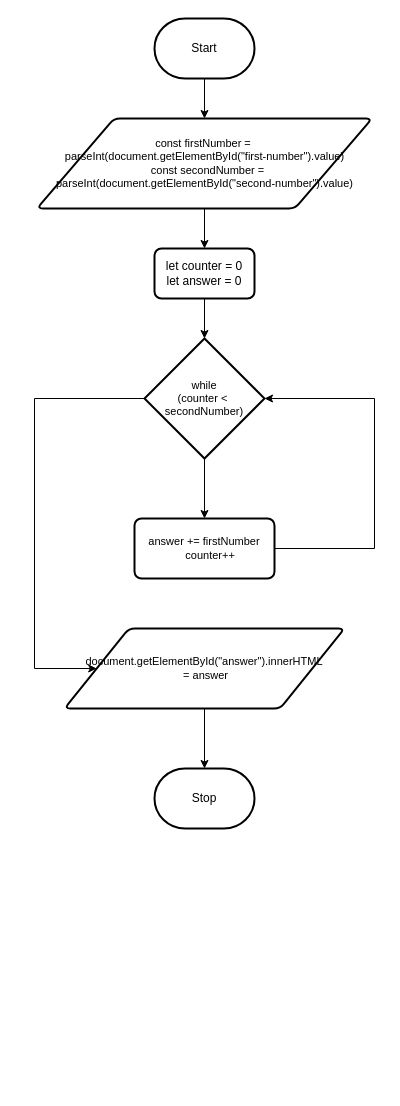
Before: design/flowchart.drawio in MTHS-ICD2O-1-2023/ICD2O-Unit-5-06-Julianne-Leblanc-Peltier, a draw.io diagram. Source tidied: cells renumbered, new cells numbered last; positions are measured from the earlier drawing's top-left corner, leaving out a move shared by most shapes. Both pictures are drawn from the tidied source at 100%, with x=0, y=0 at pixel (34, 18).
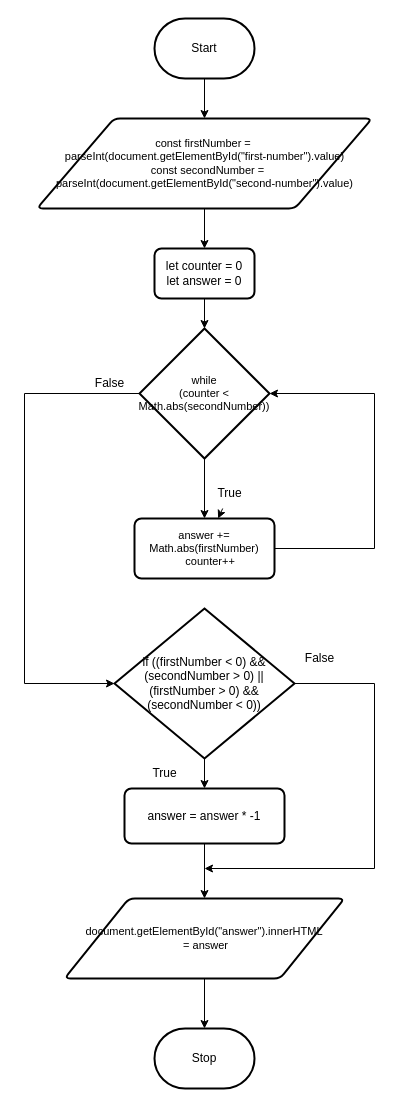
The same page after the edit.

Diff of the diagram source:
```diff
@@
     <mxCell id="4" value="Stop" style="strokeWidth=2;html=1;shape=mxgraph.flowchart.terminator;whiteSpace=wrap;" parent="1" vertex="1">
-      <mxGeometry x="120" y="750" width="100" height="60" as="geometry" />
+      <mxGeometry x="120" y="1010" width="100" height="60" as="geometry" />
     </mxCell>
@@
-    <mxCell id="10" style="edgeStyle=none;rounded=0;html=1;exitX=0;exitY=0.5;exitDx=0;exitDy=0;exitPerimeter=0;entryX=0;entryY=0.5;entryDx=0;entryDy=0;fontSize=11;" parent="1" edge="1" source="11" target="15">
-      <mxGeometry relative="1" as="geometry">
-        <Array as="points">
-          <mxPoint y="380" />
-          <mxPoint y="650" />
-        </Array>
-      </mxGeometry>
-    </mxCell>
+    <mxCell id="16" style="edgeStyle=none;html=1;exitX=0;exitY=0.5;exitDx=0;exitDy=0;exitPerimeter=0;entryX=0;entryY=0.5;entryDx=0;entryDy=0;entryPerimeter=0;rounded=0;" parent="1" edge="1" source="11" target="19">
+      <mxGeometry relative="1" as="geometry">
+        <Array as="points">
+          <mxPoint x="-10" y="375" />
+          <mxPoint x="-10" y="665" />
+        </Array>
+      </mxGeometry>
+    </mxCell>
-    <mxCell id="11" value="while&lt;br&gt;(counter &amp;lt;&amp;nbsp;&lt;br&gt;secondNumber)" style="strokeWidth=2;html=1;shape=mxgraph.flowchart.decision;whiteSpace=wrap;fontSize=11;" parent="1" vertex="1">
-      <mxGeometry x="110" y="320" width="120" height="120" as="geometry" />
+    <mxCell id="11" value="while&lt;br&gt;(counter &amp;lt; Math.abs(secondNumber))" style="strokeWidth=2;html=1;shape=mxgraph.flowchart.decision;whiteSpace=wrap;fontSize=11;" parent="1" vertex="1">
+      <mxGeometry x="105" y="310" width="130" height="130" as="geometry" />
     </mxCell>
     <mxCell id="12" style="edgeStyle=none;html=1;exitX=1;exitY=0.5;exitDx=0;exitDy=0;entryX=1;entryY=0.5;entryDx=0;entryDy=0;entryPerimeter=0;fontSize=11;rounded=0;" parent="1" edge="1" source="13" target="11">
       <mxGeometry relative="1" as="geometry">
         <Array as="points">
           <mxPoint x="340" y="530" />
-          <mxPoint x="340" y="380" />
+          <mxPoint x="340" y="375" />
         </Array>
       </mxGeometry>
     </mxCell>
-    <mxCell id="13" value="&lt;div&gt;answer += firstNumber&lt;/div&gt;&lt;div&gt;&amp;nbsp; &amp;nbsp; counter++&lt;/div&gt;" style="rounded=1;whiteSpace=wrap;html=1;absoluteArcSize=1;arcSize=14;strokeWidth=2;fontSize=11;" parent="1" vertex="1">
+    <mxCell id="13" value="&lt;div&gt;answer += Math.abs(firstNumber)&lt;/div&gt;&lt;div&gt;&amp;nbsp; &amp;nbsp; counter++&lt;/div&gt;" style="rounded=1;whiteSpace=wrap;html=1;absoluteArcSize=1;arcSize=14;strokeWidth=2;fontSize=11;" parent="1" vertex="1">
       <mxGeometry x="100" y="500" width="140" height="60" as="geometry" />
     </mxCell>
@@
     <mxCell id="15" value="document.getElementById(&quot;answer&quot;).innerHTML&lt;br&gt;&amp;nbsp;= answer" style="shape=parallelogram;html=1;strokeWidth=2;perimeter=parallelogramPerimeter;whiteSpace=wrap;rounded=1;arcSize=12;size=0.23;fontSize=11;" parent="1" vertex="1">
-      <mxGeometry x="30" y="610" width="280" height="80" as="geometry" />
+      <mxGeometry x="30" y="880" width="280" height="80" as="geometry" />
     </mxCell>
+    <mxCell id="17" style="edgeStyle=none;rounded=0;html=1;exitX=0.5;exitY=1;exitDx=0;exitDy=0;exitPerimeter=0;entryX=0.5;entryY=0;entryDx=0;entryDy=0;" parent="1" edge="1" source="19" target="24">
+      <mxGeometry relative="1" as="geometry" />
+    </mxCell>
+    <mxCell id="18" style="edgeStyle=none;rounded=0;html=1;exitX=1;exitY=0.5;exitDx=0;exitDy=0;exitPerimeter=0;" parent="1" edge="1" source="19">
+      <mxGeometry relative="1" as="geometry">
+        <mxPoint x="170" y="850" as="targetPoint" />
+        <Array as="points">
+          <mxPoint x="340" y="665" />
+          <mxPoint x="340" y="850" />
+        </Array>
+      </mxGeometry>
+    </mxCell>
+    <mxCell id="19" value="if ((firstNumber &amp;lt; 0) &amp;amp;&amp;amp; (secondNumber &amp;gt; 0) || (firstNumber &amp;gt; 0) &amp;amp;&amp;amp; (secondNumber &amp;lt; 0))" style="strokeWidth=2;html=1;shape=mxgraph.flowchart.decision;whiteSpace=wrap;" parent="1" vertex="1">
+      <mxGeometry x="80" y="590" width="180" height="150" as="geometry" />
+    </mxCell>
+    <mxCell id="20" style="edgeStyle=none;rounded=0;html=1;" parent="1" edge="1" source="21" target="13">
+      <mxGeometry relative="1" as="geometry" />
+    </mxCell>
+    <mxCell id="21" value="True" style="text;html=1;align=center;verticalAlign=middle;points=[];strokeColor=none;fillColor=none;" parent="1" vertex="1">
+      <mxGeometry x="170" y="460" width="50" height="30" as="geometry" />
+    </mxCell>
+    <mxCell id="22" value="False" style="text;html=1;align=center;verticalAlign=middle;strokeColor=none;fillColor=none;" parent="1" vertex="1">
+      <mxGeometry x="50" y="350" width="50" height="30" as="geometry" />
+    </mxCell>
+    <mxCell id="23" style="edgeStyle=none;rounded=0;html=1;exitX=0.5;exitY=1;exitDx=0;exitDy=0;entryX=0.5;entryY=0;entryDx=0;entryDy=0;" parent="1" edge="1" source="24" target="15">
+      <mxGeometry relative="1" as="geometry" />
+    </mxCell>
+    <mxCell id="24" value="answer = answer * -1" style="rounded=1;whiteSpace=wrap;html=1;absoluteArcSize=1;arcSize=14;strokeWidth=2;" parent="1" vertex="1">
+      <mxGeometry x="90" y="770" width="160" height="55" as="geometry" />
+    </mxCell>
+    <mxCell id="25" value="True" style="text;html=1;align=center;verticalAlign=middle;strokeColor=none;fillColor=none;" parent="1" vertex="1">
+      <mxGeometry x="105" y="740" width="50" height="30" as="geometry" />
+    </mxCell>
+    <mxCell id="26" value="False" style="text;html=1;align=center;verticalAlign=middle;strokeColor=none;fillColor=none;" parent="1" vertex="1">
+      <mxGeometry x="260" y="625" width="50" height="30" as="geometry" />
+    </mxCell>
```
